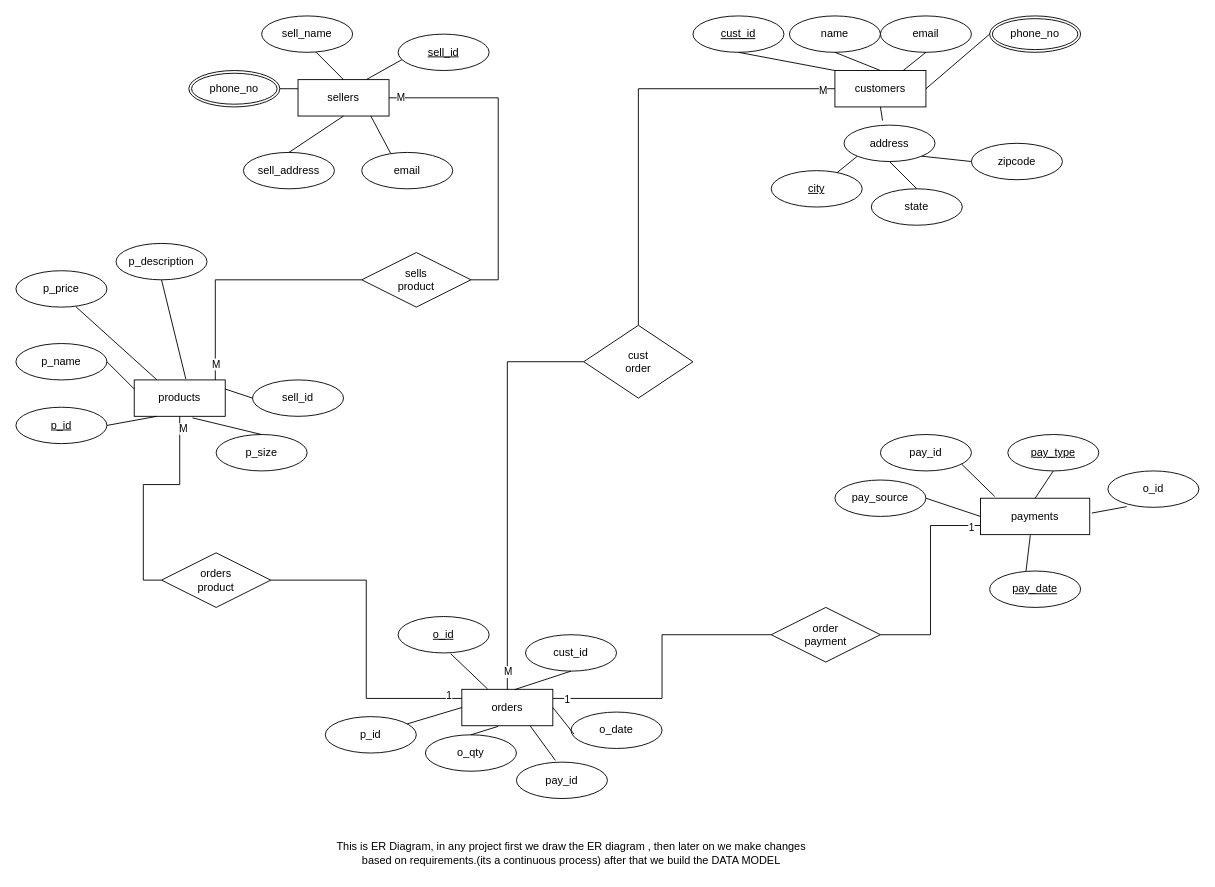
Before: Untitled Diagram.drawio in AKA-RONY/ERD, a draw.io diagram. Source tidied: cells renumbered, new cells numbered last; positions are measured from the earlier drawing's top-left corner, leaving out a move shared by most shapes. Both pictures are drawn from the tidied source at 91%, with x=0, y=0 at pixel (15, 15).
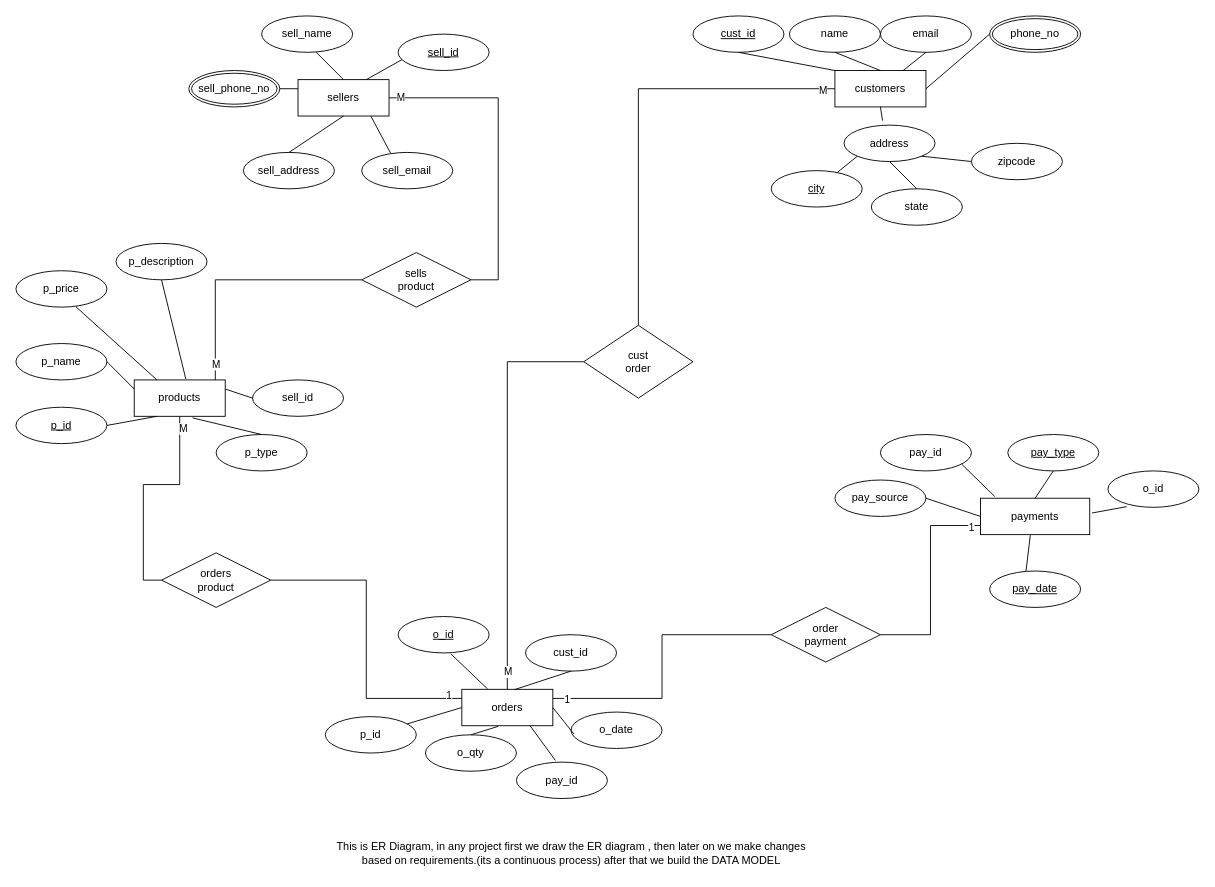
After the change.

Change to the diagram source:
```diff
@@
-    <mxCell id="28" value="phone_no" style="ellipse;shape=doubleEllipse;margin=3;whiteSpace=wrap;html=1;align=center;" parent="1" vertex="1">
+    <mxCell id="28" value="sell_phone_no" style="ellipse;shape=doubleEllipse;margin=3;whiteSpace=wrap;html=1;align=center;" parent="1" vertex="1">
       <mxGeometry x="190" y="60" width="100" height="40" as="geometry" />
     </mxCell>
@@
-    <mxCell id="33" value="email" style="ellipse;whiteSpace=wrap;html=1;align=center;" parent="1" vertex="1">
+    <mxCell id="33" value="sell_email" style="ellipse;whiteSpace=wrap;html=1;align=center;" parent="1" vertex="1">
       <mxGeometry x="380" y="150" width="100" height="40" as="geometry" />
     </mxCell>
@@
-    <mxCell id="44" value="p_size" style="ellipse;whiteSpace=wrap;html=1;align=center;" parent="1" vertex="1">
+    <mxCell id="44" value="p_type" style="ellipse;whiteSpace=wrap;html=1;align=center;" parent="1" vertex="1">
       <mxGeometry x="220" y="460" width="100" height="40" as="geometry" />
     </mxCell>
```
